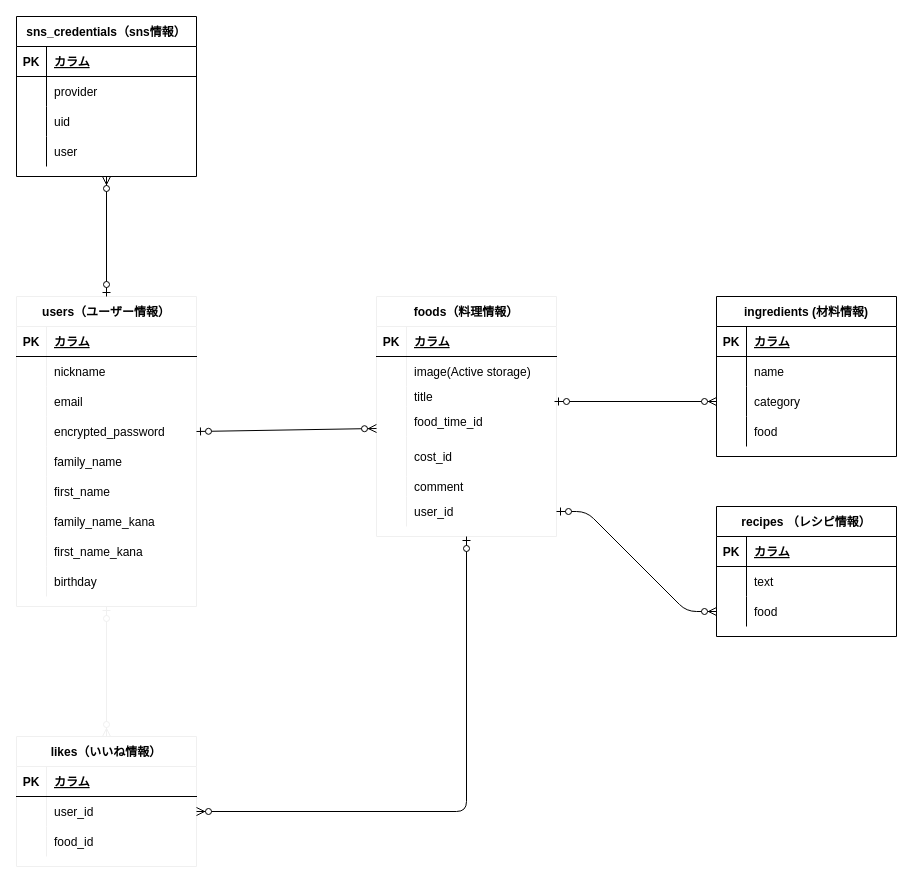
The draw.io diagram nutrik.dio in matsunaga1994/nutrik, before the edit. Source tidied: cells renumbered, new cells numbered last; positions are measured from the earlier drawing's top-left corner, leaving out a move shared by most shapes. Both pictures are drawn from the tidied source at 100%, with x=0, y=0 at pixel (16, 16).
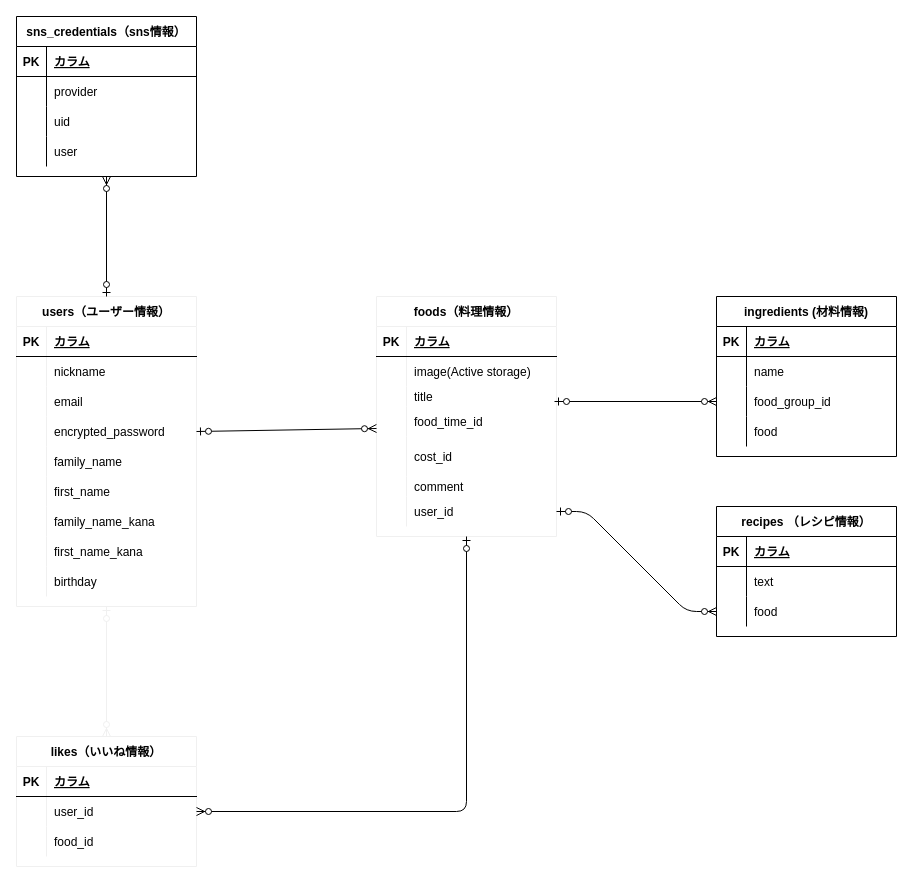
After the change.

The change refers to these unchanged cells:
```xml
<mxCell id="71" style="shape=partialRectangle;fillColor=none;top=0;left=0;bottom=0;right=0;points=[[0,0.5],[1,0.5]];portConstraint=eastwest;" parent="64" vertex="1">
  <mxGeometry y="90" width="180" height="30" as="geometry" />
</mxCell>
```

Diff of the diagram source:
```diff
@@
-    <mxCell id="73" value="category" style="shape=partialRectangle;fillColor=none;top=0;left=0;bottom=0;right=0;align=left;spacingLeft=6;overflow=hidden;" parent="71" vertex="1">
+    <mxCell id="73" value="food_group_id" style="shape=partialRectangle;fillColor=none;top=0;left=0;bottom=0;right=0;align=left;spacingLeft=6;overflow=hidden;" parent="71" vertex="1">
       <mxGeometry x="30" width="150" height="30" as="geometry" />
     </mxCell>
```
